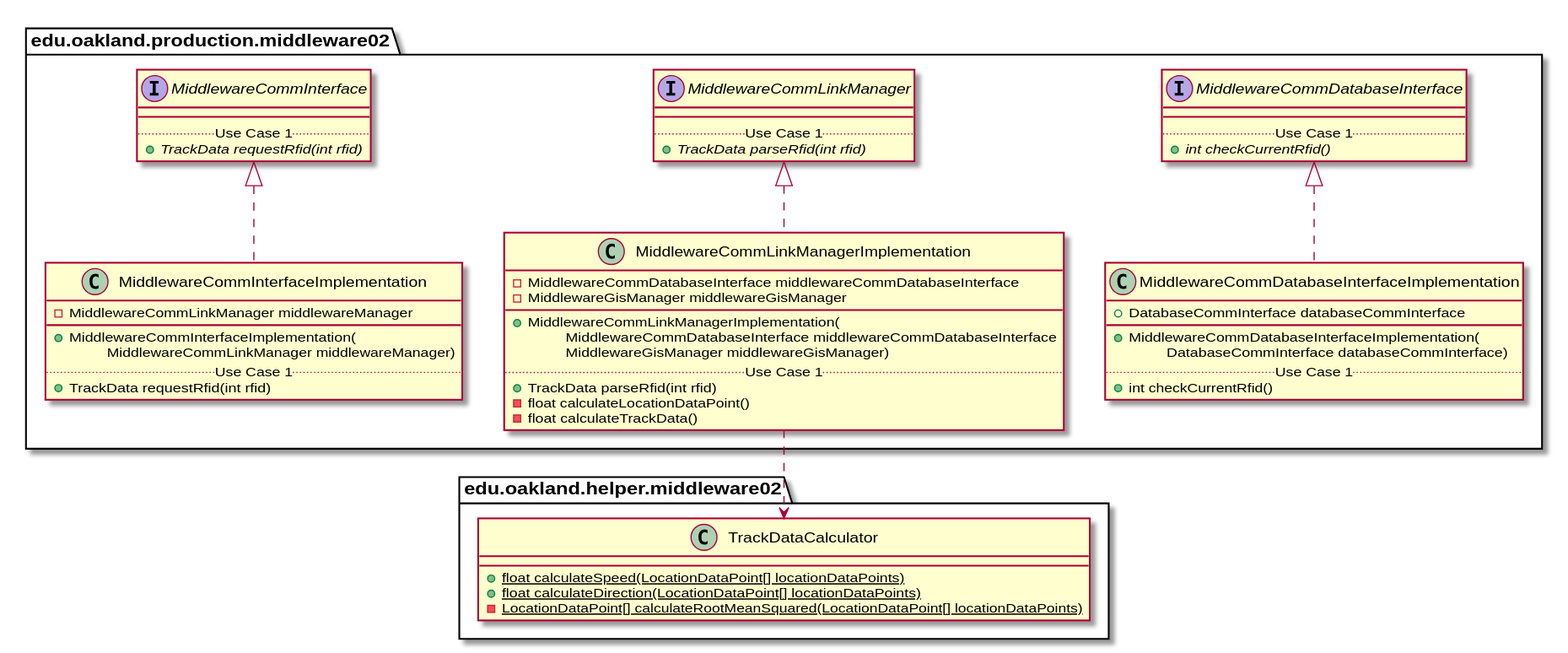
The PlantUML diagram docs/uml-class-diagrams/middleware02/production/Middleware02ProductionPackage_Closure.svg in andrewdimmer/csi-3370-software-project, before a commit.
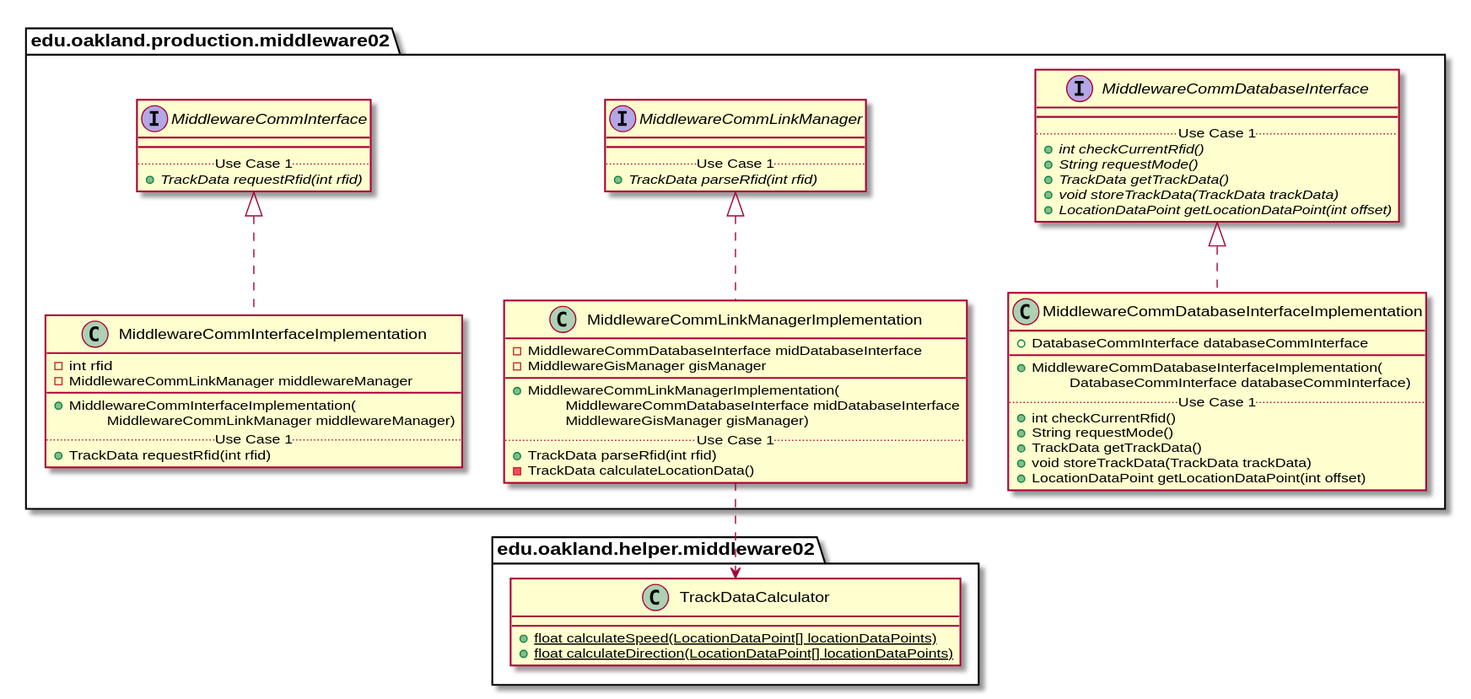
The same diagram one commit later.

The edit, as a diff of the source:
```diff
@@ -41,6 +41,10 @@
         __
         .. Use Case 1 ..
         {abstract} + int checkCurrentRfid()
+        {abstract} + String requestMode()
+        {abstract} + TrackData getTrackData()
+        {abstract} + void storeTrackData(TrackData trackData)
+        {abstract} + LocationDataPoint getLocationDataPoint(int offset)
     }
 }
 
@@ -53,6 +57,7 @@
 
 package edu.oakland.production.middleware02 {
     class MiddlewareCommInterfaceImplementation {
+        - int rfid
         - MiddlewareCommLinkManager middlewareManager
         __
         + MiddlewareCommInterfaceImplementation(
@@ -72,16 +77,15 @@
 
 package edu.oakland.production.middleware02 {
     class MiddlewareCommLinkManagerImplementation {
-        - MiddlewareCommDatabaseInterface middlewareCommDatabaseInterface
-        - MiddlewareGisManager middlewareGisManager
+        - MiddlewareCommDatabaseInterface midDatabaseInterface
+        - MiddlewareGisManager gisManager
         __
         + MiddlewareCommLinkManagerImplementation(
-        \tMiddlewareCommDatabaseInterface middlewareCommDatabaseInterface
-        \tMiddlewareGisManager middlewareGisManager)
+        \tMiddlewareCommDatabaseInterface midDatabaseInterface
+        \tMiddlewareGisManager gisManager)
         .. Use Case 1 ..
         + TrackData parseRfid(int rfid)
-        - float calculateLocationDataPoint()
-        - float calculateTrackData()
+        - TrackData calculateLocationData()
     }
 }
 
@@ -94,7 +98,6 @@
     class TrackDataCalculator {
         {static} + float calculateSpeed(LocationDataPoint[] locationDataPoints)
         {static} + float calculateDirection(LocationDataPoint[] locationDataPoints)
-        {static} - LocationDataPoint[] calculateRootMeanSquared(LocationDataPoint[] locationDataPoints)
     }
 }
 
@@ -117,6 +120,10 @@
         \tDatabaseCommInterface databaseCommInterface)
         .. Use Case 1 ..
         + int checkCurrentRfid()
+        + String requestMode()
+        + TrackData getTrackData()
+        + void storeTrackData(TrackData trackData)
+        + LocationDataPoint getLocationDataPoint(int offset)
     }
 }
 
```
